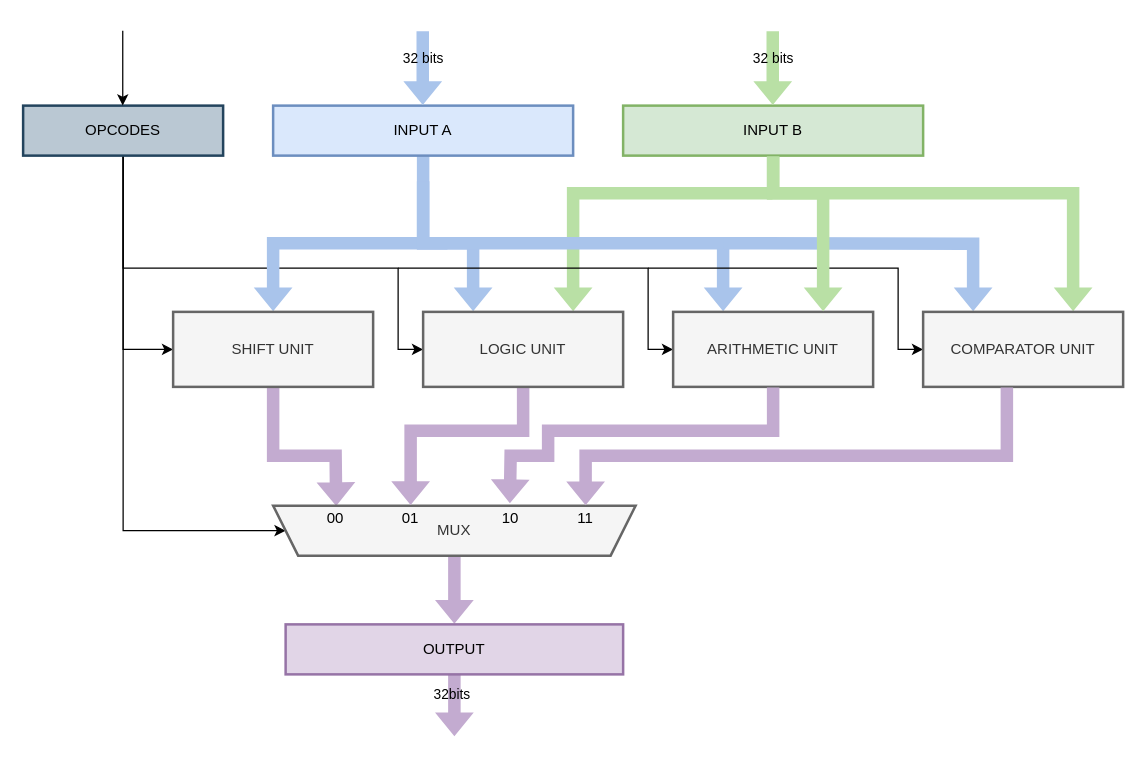
Above: CPU/ALU/ALU.drawio in ElectrikSpace/RISCV-4fun (draw.io), before the change. Source tidied: cells renumbered, new cells numbered last; positions are measured from the earlier drawing's top-left corner, leaving out a move shared by most shapes. Both pictures are drawn from the tidied source at 125%, with x=0, y=0 at pixel (22, 30).
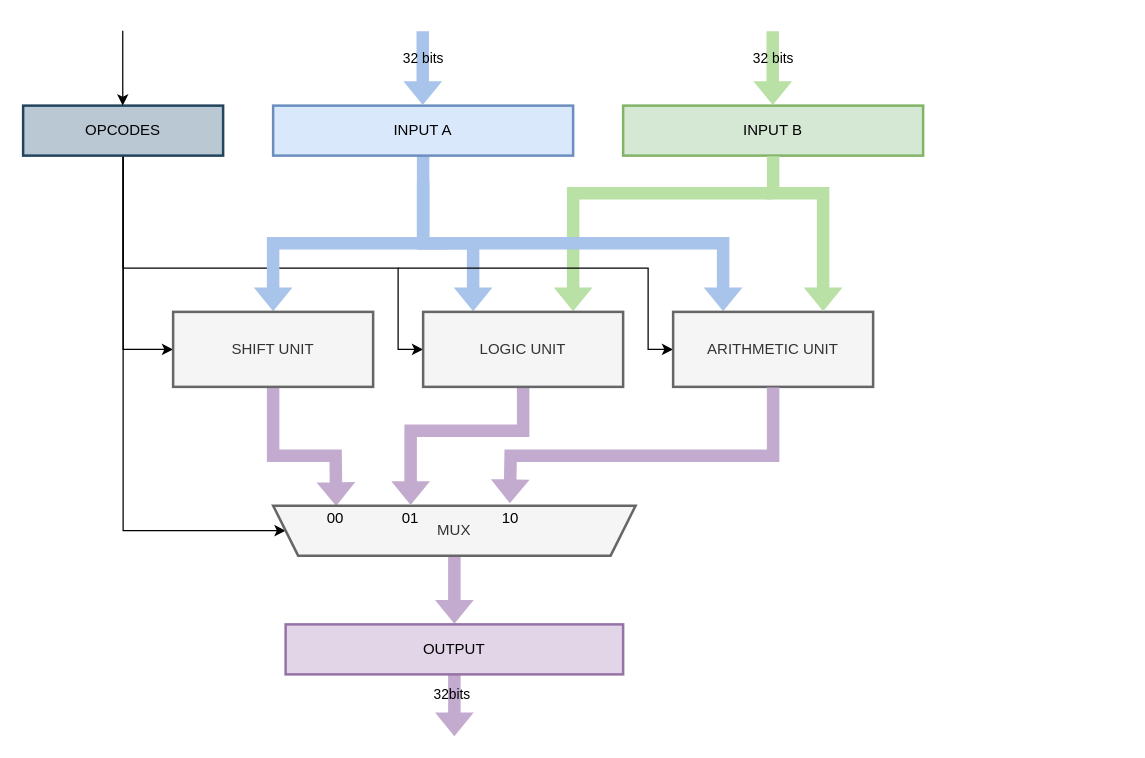
Above is the later version.

The change refers to these unchanged cells:
```xml
<mxCell id="6" value="INPUT B" style="rounded=0;whiteSpace=wrap;html=1;strokeWidth=2;fillColor=#d5e8d4;strokeColor=#82b366;" parent="1" vertex="1">
  <mxGeometry x="480" y="60" width="240" height="40" as="geometry" />
</mxCell>
<mxCell id="24" value="ARITHMETIC UNIT" style="rounded=0;whiteSpace=wrap;html=1;labelBackgroundColor=none;strokeColor=#666666;strokeWidth=2;fillColor=#f5f5f5;fontColor=#333333;" parent="1" vertex="1">
  <mxGeometry x="520" y="225" width="160" height="60" as="geometry" />
</mxCell>
<mxCell id="26" value="MUX" style="shape=trapezoid;perimeter=trapezoidPerimeter;whiteSpace=wrap;html=1;fixedSize=1;labelBackgroundColor=none;strokeColor=#666666;strokeWidth=2;fillColor=#f5f5f5;direction=west;fontColor=#333333;" parent="1" vertex="1">
  <mxGeometry x="200" y="380" width="290" height="40" as="geometry" />
</mxCell>
```

The edit, as a diff of the source:
```diff
@@
-    <mxCell id="4" style="edgeStyle=none;shape=flexArrow;rounded=0;jettySize=auto;html=1;entryX=0.75;entryY=0;entryDx=0;entryDy=0;strokeWidth=1;fillColor=#B9E0A5;strokeColor=none;" parent="1" edge="1" source="6" target="20">
-      <mxGeometry relative="1" as="geometry">
-        <Array as="points">
-          <mxPoint x="600" y="200" />
-          <mxPoint x="600" y="130" />
-          <mxPoint x="840" y="130" />
-        </Array>
-      </mxGeometry>
-    </mxCell>
@@
-    <mxCell id="18" style="edgeStyle=orthogonalEdgeStyle;shape=flexArrow;rounded=0;jettySize=auto;html=1;exitX=0.25;exitY=0;exitDx=0;exitDy=0;entryX=0.25;entryY=0;entryDx=0;entryDy=0;strokeColor=none;fillColor=#A9C4EB;" parent="1" edge="1" target="20">
-      <mxGeometry relative="1" as="geometry">
-        <mxPoint x="560" y="170" as="sourcePoint" />
-      </mxGeometry>
-    </mxCell>
-    <mxCell id="19" style="edgeStyle=orthogonalEdgeStyle;rounded=0;jettySize=auto;html=1;strokeColor=#000000;fillColor=#B1DDF0;" parent="1" edge="1" target="20">
-      <mxGeometry relative="1" as="geometry">
-        <mxPoint x="500" y="190" as="sourcePoint" />
-        <Array as="points">
-          <mxPoint x="700" y="190" />
-          <mxPoint x="700" y="255" />
-        </Array>
-      </mxGeometry>
-    </mxCell>
-    <mxCell id="20" value="COMPARATOR UNIT" style="rounded=0;whiteSpace=wrap;html=1;labelBackgroundColor=none;strokeColor=#666666;strokeWidth=2;fillColor=#f5f5f5;fontColor=#333333;" parent="1" vertex="1">
-      <mxGeometry x="720" y="225" width="160" height="60" as="geometry" />
-    </mxCell>
@@
     <mxCell id="33" style="edgeStyle=none;shape=flexArrow;rounded=0;jettySize=auto;html=1;exitX=0.5;exitY=1;exitDx=0;exitDy=0;entryX=0.347;entryY=1.036;entryDx=0;entryDy=0;strokeWidth=1;fillColor=#C3ABD0;strokeColor=none;entryPerimeter=0;" parent="1" edge="1" source="24" target="26">
       <mxGeometry relative="1" as="geometry">
         <Array as="points">
           <mxPoint x="600" y="320" />
-          <mxPoint x="420" y="320" />
-          <mxPoint x="420" y="340" />
+          <mxPoint x="600" y="340" />
           <mxPoint x="390" y="340" />
         </Array>
       </mxGeometry>
     </mxCell>
-    <mxCell id="34" style="edgeStyle=none;shape=flexArrow;rounded=0;jettySize=auto;html=1;exitX=0.5;exitY=1;exitDx=0;exitDy=0;entryX=0.138;entryY=0.993;entryDx=0;entryDy=0;strokeWidth=1;fillColor=#C3ABD0;strokeColor=none;entryPerimeter=0;" parent="1" edge="1" target="26">
-      <mxGeometry relative="1" as="geometry">
-        <mxPoint x="787" y="285" as="sourcePoint" />
-        <Array as="points">
-          <mxPoint x="787" y="340" />
-          <mxPoint x="450" y="340" />
-        </Array>
-      </mxGeometry>
-    </mxCell>
@@
-    <mxCell id="37" value="11" style="text;html=1;strokeColor=none;fillColor=none;align=center;verticalAlign=middle;whiteSpace=wrap;rounded=0;" parent="1" vertex="1">
-      <mxGeometry x="430" y="380" width="40" height="20" as="geometry" />
-    </mxCell>
```
